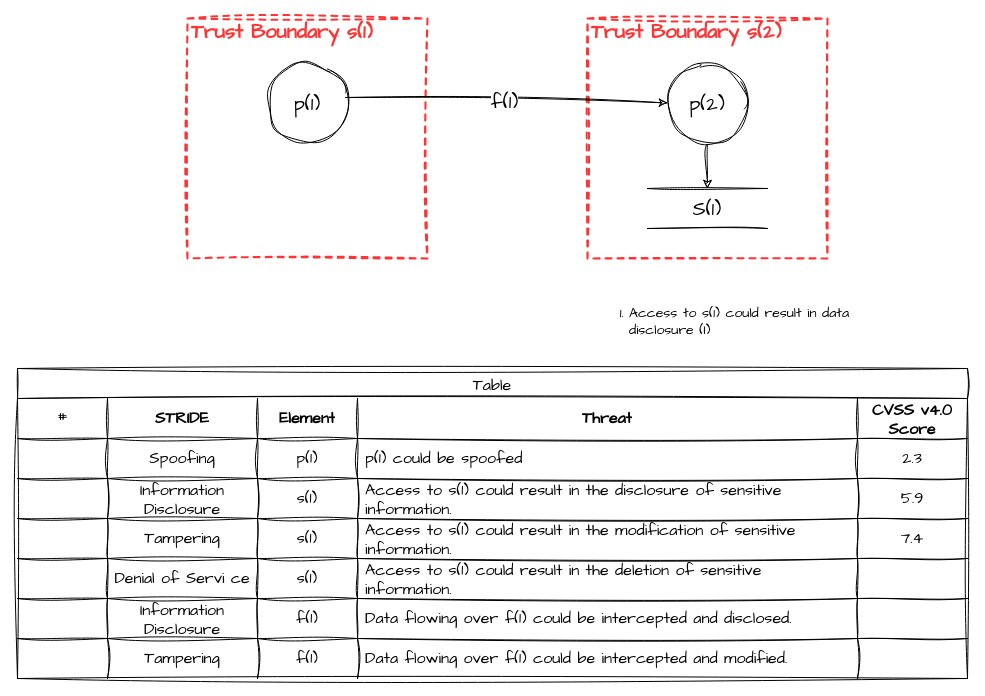
The draw.io diagram threat-model-76709aca-15c3-4c09-a234-aa7a41e012bc.drawio in Jim-Sweeting/Drawio, before the edit. Source tidied: cells renumbered, new cells numbered last; positions are measured from the earlier drawing's top-left corner, leaving out a move shared by most shapes. Both pictures are drawn from the tidied source at 100%, with x=0, y=0 at pixel (17, 18).
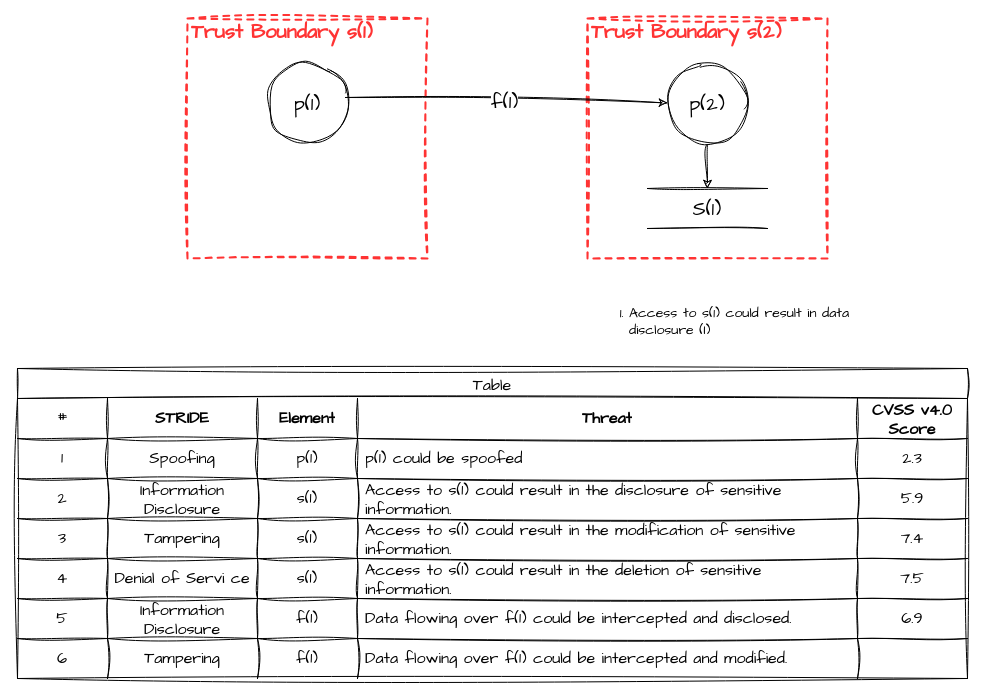
Above is the later version.

The change refers to these unchanged cells:
```xml
<mxCell id="18" style="shape=tableRow;horizontal=0;startSize=0;swimlaneHead=0;swimlaneBody=0;strokeColor=inherit;top=0;left=0;bottom=0;right=0;fillColor=none;fontSize=16;sketch=1;hachureGap=4;jiggle=2;curveFitting=1;fontFamily=Architects Daughter;" parent="11" vertex="1">
  <mxGeometry y="70" width="950" height="40" as="geometry" />
</mxCell>
<mxCell id="24" style="shape=tableRow;horizontal=0;startSize=0;swimlaneHead=0;swimlaneBody=0;strokeColor=inherit;top=0;left=0;bottom=0;right=0;fillColor=none;fontSize=16;sketch=1;hachureGap=4;jiggle=2;curveFitting=1;fontFamily=Architects Daughter;" parent="11" vertex="1">
  <mxGeometry y="110" width="950" height="40" as="geometry" />
</mxCell>
<mxCell id="30" style="shape=tableRow;horizontal=0;startSize=0;swimlaneHead=0;swimlaneBody=0;strokeColor=inherit;top=0;left=0;bottom=0;right=0;fillColor=none;fontSize=16;sketch=1;hachureGap=4;jiggle=2;curveFitting=1;fontFamily=Architects Daughter;" parent="11" vertex="1">
  <mxGeometry y="150" width="950" height="40" as="geometry" />
</mxCell>
<mxCell id="36" style="shape=tableRow;horizontal=0;startSize=0;swimlaneHead=0;swimlaneBody=0;strokeColor=inherit;top=0;left=0;bottom=0;right=0;fillColor=none;fontSize=16;sketch=1;hachureGap=4;jiggle=2;curveFitting=1;fontFamily=Architects Daughter;" parent="11" vertex="1">
  <mxGeometry y="190" width="950" height="40" as="geometry" />
</mxCell>
<mxCell id="42" style="shape=tableRow;horizontal=0;startSize=0;swimlaneHead=0;swimlaneBody=0;strokeColor=inherit;top=0;left=0;bottom=0;right=0;fillColor=none;fontSize=16;sketch=1;hachureGap=4;jiggle=2;curveFitting=1;fontFamily=Architects Daughter;" parent="11" vertex="1">
  <mxGeometry y="230" width="950" height="40" as="geometry" />
</mxCell>
<mxCell id="48" style="shape=tableRow;horizontal=0;startSize=0;swimlaneHead=0;swimlaneBody=0;strokeColor=inherit;top=0;left=0;bottom=0;right=0;fillColor=none;fontSize=16;sketch=1;hachureGap=4;jiggle=2;curveFitting=1;fontFamily=Architects Daughter;" parent="11" vertex="1">
  <mxGeometry y="270" width="950" height="40" as="geometry" />
</mxCell>
```

What changed in the source:
```diff
@@
-    <mxCell id="19" style="shape=partialRectangle;html=1;whiteSpace=wrap;strokeColor=inherit;overflow=hidden;fillColor=none;top=0;left=0;bottom=0;right=0;fontSize=16;sketch=1;hachureGap=4;jiggle=2;curveFitting=1;fontFamily=Architects Daughter;" parent="18" vertex="1">
+    <mxCell id="19" value="1" style="shape=partialRectangle;html=1;whiteSpace=wrap;strokeColor=inherit;overflow=hidden;fillColor=none;top=0;left=0;bottom=0;right=0;fontSize=16;sketch=1;hachureGap=4;jiggle=2;curveFitting=1;fontFamily=Architects Daughter;" parent="18" vertex="1">
       <mxGeometry width="90" height="40" as="geometry" />
     </mxCell>
@@
-    <mxCell id="25" style="shape=partialRectangle;html=1;whiteSpace=wrap;strokeColor=inherit;overflow=hidden;fillColor=none;top=0;left=0;bottom=0;right=0;fontSize=16;sketch=1;hachureGap=4;jiggle=2;curveFitting=1;fontFamily=Architects Daughter;" parent="24" vertex="1">
+    <mxCell id="25" value="2" style="shape=partialRectangle;html=1;whiteSpace=wrap;strokeColor=inherit;overflow=hidden;fillColor=none;top=0;left=0;bottom=0;right=0;fontSize=16;sketch=1;hachureGap=4;jiggle=2;curveFitting=1;fontFamily=Architects Daughter;" parent="24" vertex="1">
       <mxGeometry width="90" height="40" as="geometry" />
     </mxCell>
@@
-    <mxCell id="31" style="shape=partialRectangle;html=1;whiteSpace=wrap;strokeColor=inherit;overflow=hidden;fillColor=none;top=0;left=0;bottom=0;right=0;fontSize=16;sketch=1;hachureGap=4;jiggle=2;curveFitting=1;fontFamily=Architects Daughter;" parent="30" vertex="1">
+    <mxCell id="31" value="3" style="shape=partialRectangle;html=1;whiteSpace=wrap;strokeColor=inherit;overflow=hidden;fillColor=none;top=0;left=0;bottom=0;right=0;fontSize=16;sketch=1;hachureGap=4;jiggle=2;curveFitting=1;fontFamily=Architects Daughter;" parent="30" vertex="1">
       <mxGeometry width="90" height="40" as="geometry" />
     </mxCell>
@@
-    <mxCell id="37" style="shape=partialRectangle;html=1;whiteSpace=wrap;strokeColor=inherit;overflow=hidden;fillColor=none;top=0;left=0;bottom=0;right=0;fontSize=16;sketch=1;hachureGap=4;jiggle=2;curveFitting=1;fontFamily=Architects Daughter;" parent="36" vertex="1">
+    <mxCell id="37" value="4" style="shape=partialRectangle;html=1;whiteSpace=wrap;strokeColor=inherit;overflow=hidden;fillColor=none;top=0;left=0;bottom=0;right=0;fontSize=16;sketch=1;hachureGap=4;jiggle=2;curveFitting=1;fontFamily=Architects Daughter;" parent="36" vertex="1">
       <mxGeometry width="90" height="40" as="geometry" />
     </mxCell>
@@
-    <mxCell id="41" style="shape=partialRectangle;html=1;whiteSpace=wrap;strokeColor=inherit;overflow=hidden;fillColor=none;top=0;left=0;bottom=0;right=0;fontSize=16;sketch=1;hachureGap=4;jiggle=2;curveFitting=1;fontFamily=Architects Daughter;align=left;spacingLeft=6;spacingRight=6;" parent="36" vertex="1">
+    <mxCell id="41" value="7.5" style="shape=partialRectangle;html=1;whiteSpace=wrap;strokeColor=inherit;overflow=hidden;fillColor=none;top=0;left=0;bottom=0;right=0;fontSize=16;sketch=1;hachureGap=4;jiggle=2;curveFitting=1;fontFamily=Architects Daughter;align=center;spacingLeft=6;spacingRight=6;" parent="36" vertex="1">
       <mxGeometry x="840" width="110" height="40" as="geometry" />
     </mxCell>
@@
-    <mxCell id="43" style="shape=partialRectangle;html=1;whiteSpace=wrap;strokeColor=inherit;overflow=hidden;fillColor=none;top=0;left=0;bottom=0;right=0;fontSize=16;sketch=1;hachureGap=4;jiggle=2;curveFitting=1;fontFamily=Architects Daughter;" parent="42" vertex="1">
+    <mxCell id="43" value="5" style="shape=partialRectangle;html=1;whiteSpace=wrap;strokeColor=inherit;overflow=hidden;fillColor=none;top=0;left=0;bottom=0;right=0;fontSize=16;sketch=1;hachureGap=4;jiggle=2;curveFitting=1;fontFamily=Architects Daughter;" parent="42" vertex="1">
       <mxGeometry width="90" height="40" as="geometry" />
     </mxCell>
@@
-    <mxCell id="47" style="shape=partialRectangle;html=1;whiteSpace=wrap;strokeColor=inherit;overflow=hidden;fillColor=none;top=0;left=0;bottom=0;right=0;fontSize=16;sketch=1;hachureGap=4;jiggle=2;curveFitting=1;fontFamily=Architects Daughter;align=left;spacingLeft=6;spacingRight=6;" parent="42" vertex="1">
+    <mxCell id="47" value="6.9" style="shape=partialRectangle;html=1;whiteSpace=wrap;strokeColor=inherit;overflow=hidden;fillColor=none;top=0;left=0;bottom=0;right=0;fontSize=16;sketch=1;hachureGap=4;jiggle=2;curveFitting=1;fontFamily=Architects Daughter;align=center;spacingLeft=6;spacingRight=6;" parent="42" vertex="1">
       <mxGeometry x="840" width="110" height="40" as="geometry" />
     </mxCell>
@@
-    <mxCell id="49" style="shape=partialRectangle;whiteSpace=wrap;strokeColor=inherit;overflow=hidden;fillColor=none;top=0;left=0;bottom=0;right=0;fontSize=16;sketch=1;hachureGap=4;jiggle=2;curveFitting=1;fontFamily=Architects Daughter;" parent="48" vertex="1">
+    <mxCell id="49" value="6" style="shape=partialRectangle;whiteSpace=wrap;strokeColor=inherit;overflow=hidden;fillColor=none;top=0;left=0;bottom=0;right=0;fontSize=16;sketch=1;hachureGap=4;jiggle=2;curveFitting=1;fontFamily=Architects Daughter;" parent="48" vertex="1">
       <mxGeometry width="90" height="40" as="geometry" />
     </mxCell>
```
